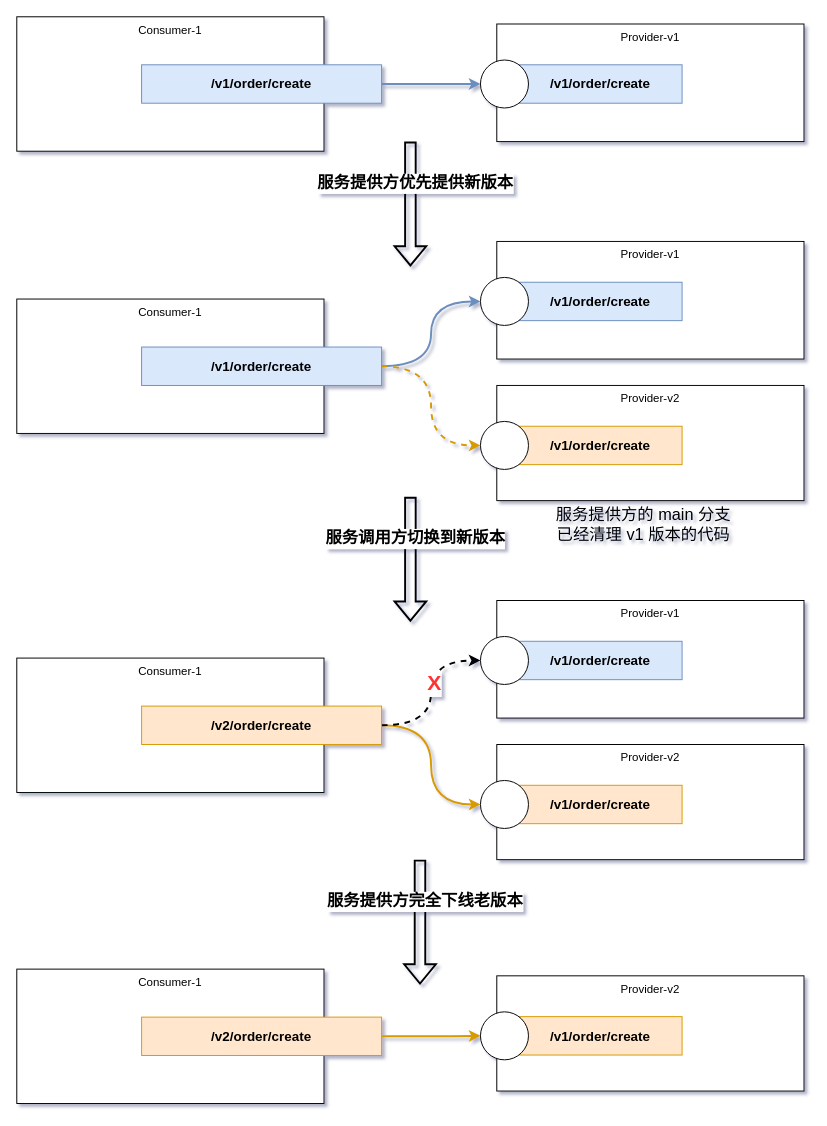
Before: RPC 多版本管理实战样例.drawio in catface996/images, a draw.io diagram. Source tidied: cells renumbered, new cells numbered last; positions are measured from the earlier drawing's top-left corner, leaving out a move shared by most shapes. Both pictures are drawn from the tidied source at 96%, with x=0, y=0 at pixel (16, 16).
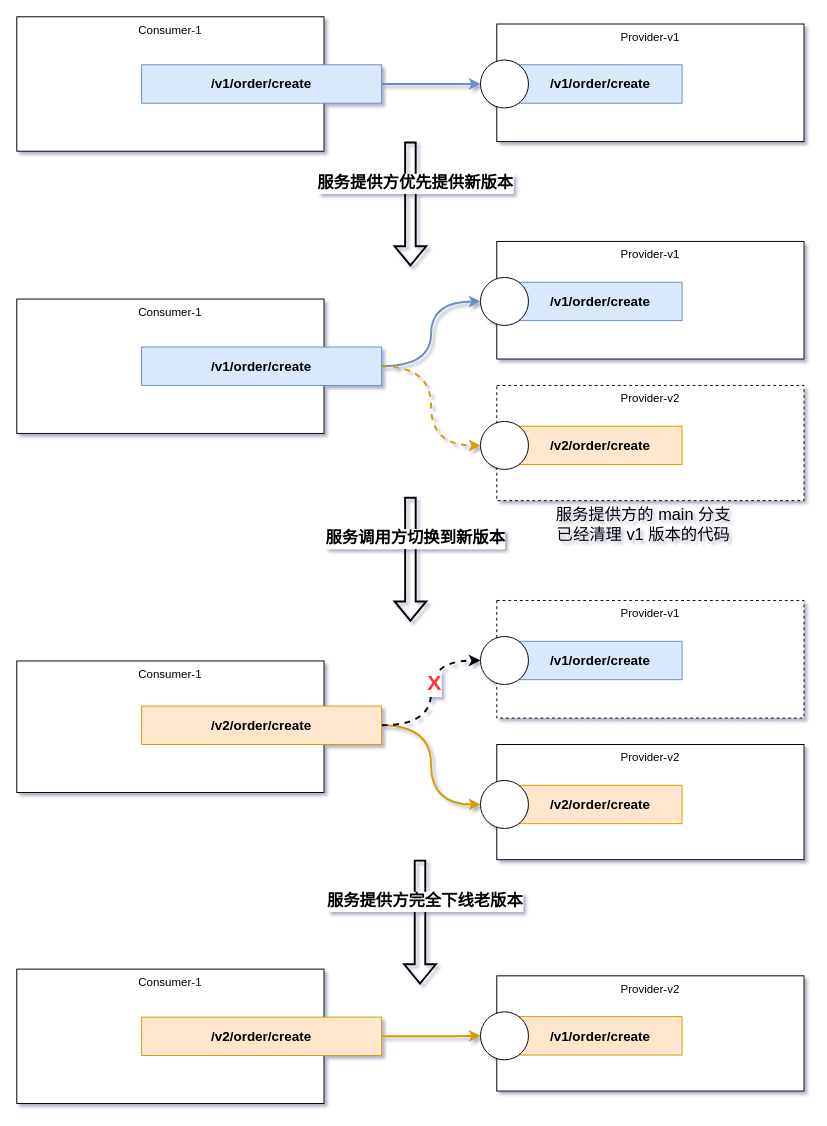
After the change.

Commit message:
更新RPC 多版本管理实战样例.drawio

Change to the diagram source:
```diff
@@
-    <mxCell id="12" value="Provider-v2" style="rounded=0;whiteSpace=wrap;html=1;verticalAlign=top;" parent="1" vertex="1">
+    <mxCell id="12" value="Provider-v2" style="rounded=0;whiteSpace=wrap;html=1;verticalAlign=top;dashed=1;" parent="1" vertex="1">
       <mxGeometry x="500" y="384" width="320" height="120" as="geometry" />
     </mxCell>
-    <mxCell id="13" value="/v1/order/create" style="rounded=0;whiteSpace=wrap;html=1;fillColor=#ffe6cc;strokeColor=#d79b00;fontStyle=1;fontSize=14;" parent="1" vertex="1">
+    <mxCell id="13" value="/v2/order/create" style="rounded=0;whiteSpace=wrap;html=1;fillColor=#ffe6cc;strokeColor=#d79b00;fontStyle=1;fontSize=14;" parent="1" vertex="1">
       <mxGeometry x="523" y="426.5" width="170" height="40" as="geometry" />
     </mxCell>
@@
     <mxCell id="18" value="Consumer-1" style="rounded=0;whiteSpace=wrap;html=1;verticalAlign=top;" parent="1" vertex="1">
-      <mxGeometry y="668" width="320" height="140" as="geometry" />
+      <mxGeometry y="671" width="320" height="137" as="geometry" />
     </mxCell>
@@
-    <mxCell id="24" value="/v1/order/create" style="rounded=0;whiteSpace=wrap;html=1;fillColor=#ffe6cc;strokeColor=#d79b00;fontStyle=1;fontSize=14;" parent="1" vertex="1">
+    <mxCell id="24" value="/v2/order/create" style="rounded=0;whiteSpace=wrap;html=1;fillColor=#ffe6cc;strokeColor=#d79b00;fontStyle=1;fontSize=14;" parent="1" vertex="1">
       <mxGeometry x="523" y="800.5" width="170" height="40" as="geometry" />
     </mxCell>
@@
-    <mxCell id="26" value="Provider-v1" style="rounded=0;whiteSpace=wrap;html=1;verticalAlign=top;" parent="1" vertex="1">
+    <mxCell id="26" value="Provider-v1" style="rounded=0;whiteSpace=wrap;html=1;verticalAlign=top;dashed=1;" parent="1" vertex="1">
       <mxGeometry x="500" y="608" width="320" height="122.5" as="geometry" />
     </mxCell>
```
